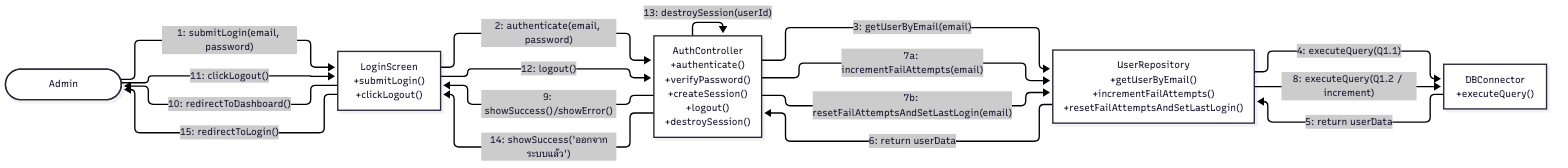
Earlier version of the Mermaid export 03-chapter2-use-case-descriptions/diagrams/png/1A-collaboration.png (xbpkdi/321-sa-proj). Its source is kept beside it as 03-chapter2-use-case-descriptions/diagrams/mmd/1A-collaboration.mmd.
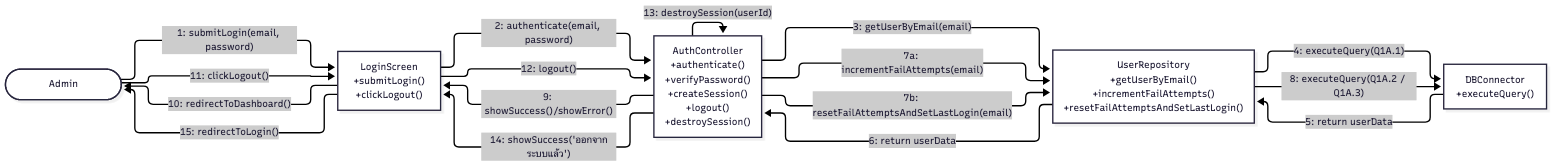
After the change.

Diff of the diagram source:
```diff
@@ -9,12 +9,12 @@
     Admin -->|"1: submitLogin(email, password)"| Screen
     Screen -->|"2: authenticate(email, password)"| AuthC
     AuthC -->|"3: getUserByEmail(email)"| UserRepo
-    UserRepo -->|"4: executeQuery(Q1.1)"| DB
+    UserRepo -->|"4: executeQuery(Q1A.1)"| DB
     DB -->|"5: return userData"| UserRepo
     UserRepo -->|"6: return userData"| AuthC
     AuthC -->|"7a: incrementFailAttempts(email)"| UserRepo
     AuthC -->|"7b: resetFailAttemptsAndSetLastLogin(email)"| UserRepo
-    UserRepo -->|"8: executeQuery(Q1.2 / increment)"| DB
+    UserRepo -->|"8: executeQuery(Q1A.2 / Q1A.3)"| DB
     AuthC -->|"9: showSuccess()/showError()"| Screen
     Screen -->|"10: redirectToDashboard()"| Admin
     Admin -->|"11: clickLogout()"| Screen
```
